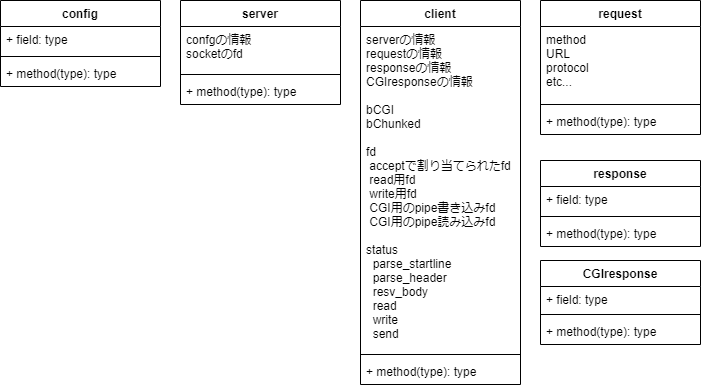
Before: drawio/select_data.dio.png, a diagram exported from draw.io (hiroin/webserv). Source tidied: cells renumbered, new cells last; positions are measured from the earlier drawing's top-left corner, leaving out a move shared by most shapes. Source of this version:
```xml
<mxGraphModel>
  <root>
    <mxCell id="0" />
    <mxCell id="1" parent="0" />
    <mxCell id="2" value="server" style="swimlane;fontStyle=1;align=center;verticalAlign=top;horizontal=1;startSize=26;" parent="1" vertex="1">
      <mxGeometry x="180" width="160" height="104" as="geometry" />
    </mxCell>
    <mxCell id="3" value="confgの情報&#10;socketのfd" style="text;strokeColor=none;fillColor=none;align=left;verticalAlign=top;spacingLeft=4;spacingRight=4;overflow=hidden;" parent="2" vertex="1">
      <mxGeometry y="26" width="160" height="44" as="geometry" />
    </mxCell>
    <mxCell id="4" style="line;strokeWidth=1;fillColor=none;align=left;verticalAlign=middle;spacingTop=-1;spacingLeft=3;spacingRight=3;labelPosition=right;" parent="2" vertex="1">
      <mxGeometry y="70" width="160" height="8" as="geometry" />
    </mxCell>
    <mxCell id="5" value="+ method(type): type" style="text;strokeColor=none;fillColor=none;align=left;verticalAlign=top;spacingLeft=4;spacingRight=4;overflow=hidden;" parent="2" vertex="1">
      <mxGeometry y="78" width="160" height="26" as="geometry" />
    </mxCell>
    <mxCell id="6" value="config" style="swimlane;fontStyle=1;align=center;verticalAlign=top;horizontal=1;startSize=26;" parent="1" vertex="1">
      <mxGeometry width="160" height="86" as="geometry" />
    </mxCell>
    <mxCell id="7" value="+ field: type" style="text;strokeColor=none;fillColor=none;align=left;verticalAlign=top;spacingLeft=4;spacingRight=4;overflow=hidden;" parent="6" vertex="1">
      <mxGeometry y="26" width="160" height="26" as="geometry" />
    </mxCell>
    <mxCell id="8" style="line;strokeWidth=1;fillColor=none;align=left;verticalAlign=middle;spacingTop=-1;spacingLeft=3;spacingRight=3;labelPosition=right;" parent="6" vertex="1">
      <mxGeometry y="52" width="160" height="8" as="geometry" />
    </mxCell>
    <mxCell id="9" value="+ method(type): type" style="text;strokeColor=none;fillColor=none;align=left;verticalAlign=top;spacingLeft=4;spacingRight=4;overflow=hidden;" parent="6" vertex="1">
      <mxGeometry y="60" width="160" height="26" as="geometry" />
    </mxCell>
    <mxCell id="10" value="client" style="swimlane;fontStyle=1;align=center;verticalAlign=top;horizontal=1;startSize=26;" parent="1" vertex="1">
      <mxGeometry x="360" width="160" height="384" as="geometry" />
    </mxCell>
    <mxCell id="11" value="serverの情報&#10;requestの情報&#10;responseの情報&#10;CGIresponseの情報&#10;&#10;bCGI&#10;bChunked&#10;&#10;fd&#10; acceptで割り当てられたfd&#10; read用fd&#10; write用fd&#10; CGI用のpipe書き込みfd&#10; CGI用のpipe読み込みfd&#10;&#10;status&#10;  parse_startline&#10;  parse_header&#10;  resv_body&#10;  read&#10;  write&#10;  send&#10;  &#10;  " style="text;strokeColor=none;fillColor=none;align=left;verticalAlign=top;spacingLeft=4;spacingRight=4;overflow=hidden;" parent="10" vertex="1">
      <mxGeometry y="26" width="160" height="324" as="geometry" />
    </mxCell>
    <mxCell id="12" style="line;strokeWidth=1;fillColor=none;align=left;verticalAlign=middle;spacingTop=-1;spacingLeft=3;spacingRight=3;labelPosition=right;" parent="10" vertex="1">
      <mxGeometry y="350" width="160" height="8" as="geometry" />
    </mxCell>
    <mxCell id="13" value="+ method(type): type" style="text;strokeColor=none;fillColor=none;align=left;verticalAlign=top;spacingLeft=4;spacingRight=4;overflow=hidden;" parent="10" vertex="1">
      <mxGeometry y="358" width="160" height="26" as="geometry" />
    </mxCell>
    <mxCell id="14" value="request" style="swimlane;fontStyle=1;align=center;verticalAlign=top;horizontal=1;startSize=26;" parent="1" vertex="1">
      <mxGeometry x="540" width="160" height="134" as="geometry" />
    </mxCell>
    <mxCell id="15" value="method&#10;URL&#10;protocol&#10;etc..." style="text;strokeColor=none;fillColor=none;align=left;verticalAlign=top;spacingLeft=4;spacingRight=4;overflow=hidden;" parent="14" vertex="1">
      <mxGeometry y="26" width="160" height="74" as="geometry" />
    </mxCell>
    <mxCell id="16" style="line;strokeWidth=1;fillColor=none;align=left;verticalAlign=middle;spacingTop=-1;spacingLeft=3;spacingRight=3;labelPosition=right;" parent="14" vertex="1">
      <mxGeometry y="100" width="160" height="8" as="geometry" />
    </mxCell>
    <mxCell id="17" value="+ method(type): type" style="text;strokeColor=none;fillColor=none;align=left;verticalAlign=top;spacingLeft=4;spacingRight=4;overflow=hidden;" parent="14" vertex="1">
      <mxGeometry y="108" width="160" height="26" as="geometry" />
    </mxCell>
    <mxCell id="18" value="response" style="swimlane;fontStyle=1;align=center;verticalAlign=top;horizontal=1;startSize=26;" parent="1" vertex="1">
      <mxGeometry x="540" y="160" width="160" height="86" as="geometry" />
    </mxCell>
    <mxCell id="19" value="+ field: type" style="text;strokeColor=none;fillColor=none;align=left;verticalAlign=top;spacingLeft=4;spacingRight=4;overflow=hidden;" parent="18" vertex="1">
      <mxGeometry y="26" width="160" height="26" as="geometry" />
    </mxCell>
    <mxCell id="20" style="line;strokeWidth=1;fillColor=none;align=left;verticalAlign=middle;spacingTop=-1;spacingLeft=3;spacingRight=3;labelPosition=right;" parent="18" vertex="1">
      <mxGeometry y="52" width="160" height="8" as="geometry" />
    </mxCell>
    <mxCell id="21" value="+ method(type): type" style="text;strokeColor=none;fillColor=none;align=left;verticalAlign=top;spacingLeft=4;spacingRight=4;overflow=hidden;" parent="18" vertex="1">
      <mxGeometry y="60" width="160" height="26" as="geometry" />
    </mxCell>
    <mxCell id="22" value="CGIresponse" style="swimlane;fontStyle=1;align=center;verticalAlign=top;horizontal=1;startSize=26;" parent="1" vertex="1">
      <mxGeometry x="540" y="260" width="160" height="84" as="geometry" />
    </mxCell>
    <mxCell id="23" value="+ field: type" style="text;strokeColor=none;fillColor=none;align=left;verticalAlign=top;spacingLeft=4;spacingRight=4;overflow=hidden;" parent="22" vertex="1">
      <mxGeometry y="26" width="160" height="24" as="geometry" />
    </mxCell>
    <mxCell id="24" style="line;strokeWidth=1;fillColor=none;align=left;verticalAlign=middle;spacingTop=-1;spacingLeft=3;spacingRight=3;labelPosition=right;" parent="22" vertex="1">
      <mxGeometry y="50" width="160" height="8" as="geometry" />
    </mxCell>
    <mxCell id="25" value="+ method(type): type" style="text;strokeColor=none;fillColor=none;align=left;verticalAlign=top;spacingLeft=4;spacingRight=4;overflow=hidden;" parent="22" vertex="1">
      <mxGeometry y="58" width="160" height="26" as="geometry" />
    </mxCell>
  </root>
</mxGraphModel>
```
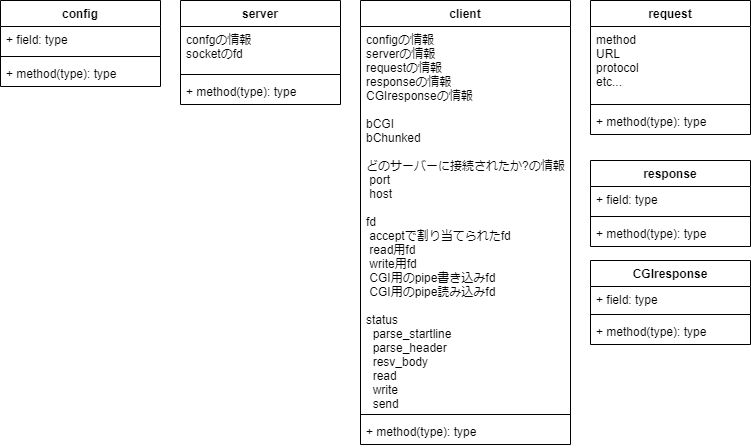
Above is the later version.

What changed in the source:
```diff
@@ -27,19 +27,19 @@
       <mxGeometry y="60" width="160" height="26" as="geometry" />
     </mxCell>
     <mxCell id="10" value="client" style="swimlane;fontStyle=1;align=center;verticalAlign=top;horizontal=1;startSize=26;" parent="1" vertex="1">
-      <mxGeometry x="360" width="160" height="384" as="geometry" />
+      <mxGeometry x="360" width="210" height="444" as="geometry" />
     </mxCell>
-    <mxCell id="11" value="serverの情報&#10;requestの情報&#10;responseの情報&#10;CGIresponseの情報&#10;&#10;bCGI&#10;bChunked&#10;&#10;fd&#10; acceptで割り当てられたfd&#10; read用fd&#10; write用fd&#10; CGI用のpipe書き込みfd&#10; CGI用のpipe読み込みfd&#10;&#10;status&#10;  parse_startline&#10;  parse_header&#10;  resv_body&#10;  read&#10;  write&#10;  send&#10;  &#10;  " style="text;strokeColor=none;fillColor=none;align=left;verticalAlign=top;spacingLeft=4;spacingRight=4;overflow=hidden;" parent="10" vertex="1">
-      <mxGeometry y="26" width="160" height="324" as="geometry" />
+    <mxCell id="11" value="configの情報&#10;serverの情報&#10;requestの情報&#10;responseの情報&#10;CGIresponseの情報&#10;&#10;bCGI&#10;bChunked&#10;&#10;どのサーバーに接続されたか?の情報&#10; port&#10; host&#10;&#10;fd&#10; acceptで割り当てられたfd&#10; read用fd&#10; write用fd&#10; CGI用のpipe書き込みfd&#10; CGI用のpipe読み込みfd&#10;&#10;status&#10;  parse_startline&#10;  parse_header&#10;  resv_body&#10;  read&#10;  write&#10;  send&#10;  &#10;  " style="text;strokeColor=none;fillColor=none;align=left;verticalAlign=top;spacingLeft=4;spacingRight=4;overflow=hidden;" parent="10" vertex="1">
+      <mxGeometry y="26" width="210" height="384" as="geometry" />
     </mxCell>
     <mxCell id="12" style="line;strokeWidth=1;fillColor=none;align=left;verticalAlign=middle;spacingTop=-1;spacingLeft=3;spacingRight=3;labelPosition=right;" parent="10" vertex="1">
-      <mxGeometry y="350" width="160" height="8" as="geometry" />
+      <mxGeometry y="410" width="210" height="8" as="geometry" />
     </mxCell>
     <mxCell id="13" value="+ method(type): type" style="text;strokeColor=none;fillColor=none;align=left;verticalAlign=top;spacingLeft=4;spacingRight=4;overflow=hidden;" parent="10" vertex="1">
-      <mxGeometry y="358" width="160" height="26" as="geometry" />
+      <mxGeometry y="418" width="210" height="26" as="geometry" />
     </mxCell>
     <mxCell id="14" value="request" style="swimlane;fontStyle=1;align=center;verticalAlign=top;horizontal=1;startSize=26;" parent="1" vertex="1">
-      <mxGeometry x="540" width="160" height="134" as="geometry" />
+      <mxGeometry x="590" width="160" height="134" as="geometry" />
     </mxCell>
     <mxCell id="15" value="method&#10;URL&#10;protocol&#10;etc..." style="text;strokeColor=none;fillColor=none;align=left;verticalAlign=top;spacingLeft=4;spacingRight=4;overflow=hidden;" parent="14" vertex="1">
       <mxGeometry y="26" width="160" height="74" as="geometry" />
@@ -51,7 +51,7 @@
       <mxGeometry y="108" width="160" height="26" as="geometry" />
     </mxCell>
     <mxCell id="18" value="response" style="swimlane;fontStyle=1;align=center;verticalAlign=top;horizontal=1;startSize=26;" parent="1" vertex="1">
-      <mxGeometry x="540" y="160" width="160" height="86" as="geometry" />
+      <mxGeometry x="590" y="160" width="160" height="86" as="geometry" />
     </mxCell>
     <mxCell id="19" value="+ field: type" style="text;strokeColor=none;fillColor=none;align=left;verticalAlign=top;spacingLeft=4;spacingRight=4;overflow=hidden;" parent="18" vertex="1">
       <mxGeometry y="26" width="160" height="26" as="geometry" />
@@ -63,7 +63,7 @@
       <mxGeometry y="60" width="160" height="26" as="geometry" />
     </mxCell>
     <mxCell id="22" value="CGIresponse" style="swimlane;fontStyle=1;align=center;verticalAlign=top;horizontal=1;startSize=26;" parent="1" vertex="1">
-      <mxGeometry x="540" y="260" width="160" height="84" as="geometry" />
+      <mxGeometry x="590" y="260" width="160" height="84" as="geometry" />
     </mxCell>
     <mxCell id="23" value="+ field: type" style="text;strokeColor=none;fillColor=none;align=left;verticalAlign=top;spacingLeft=4;spacingRight=4;overflow=hidden;" parent="22" vertex="1">
       <mxGeometry y="26" width="160" height="24" as="geometry" />
```
